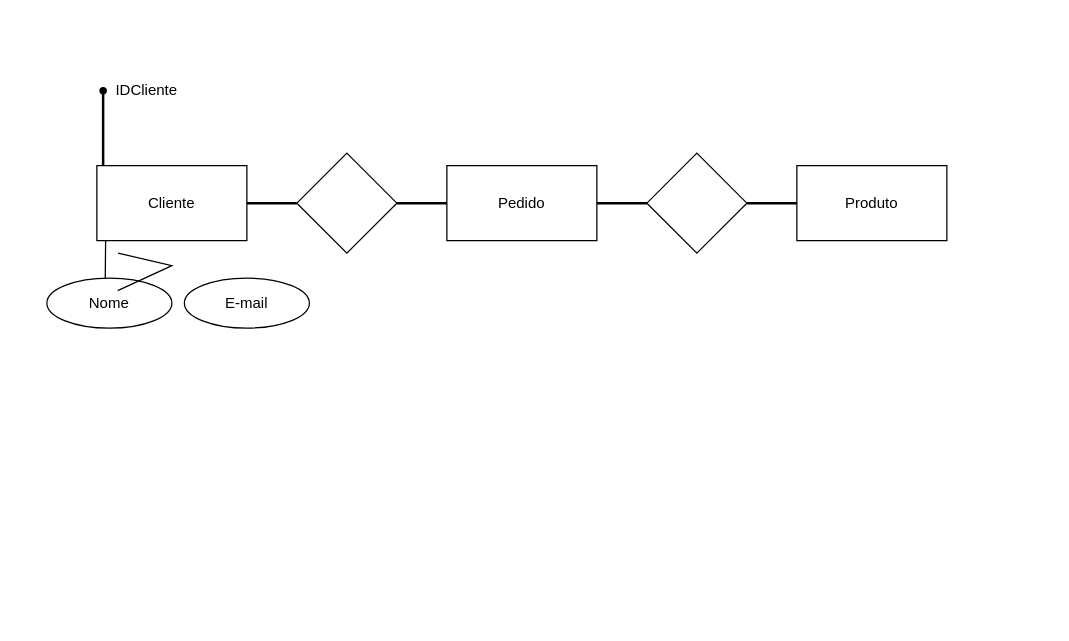
Above: projetoloja.drawio in M4rquesGustavo/3ds (draw.io), before the change. Source tidied: cells renumbered, new cells numbered last; positions are measured from the earlier drawing's top-left corner, leaving out a move shared by most shapes. Both pictures are drawn from the tidied source at 125%, with x=0, y=0 at pixel (46, 71).
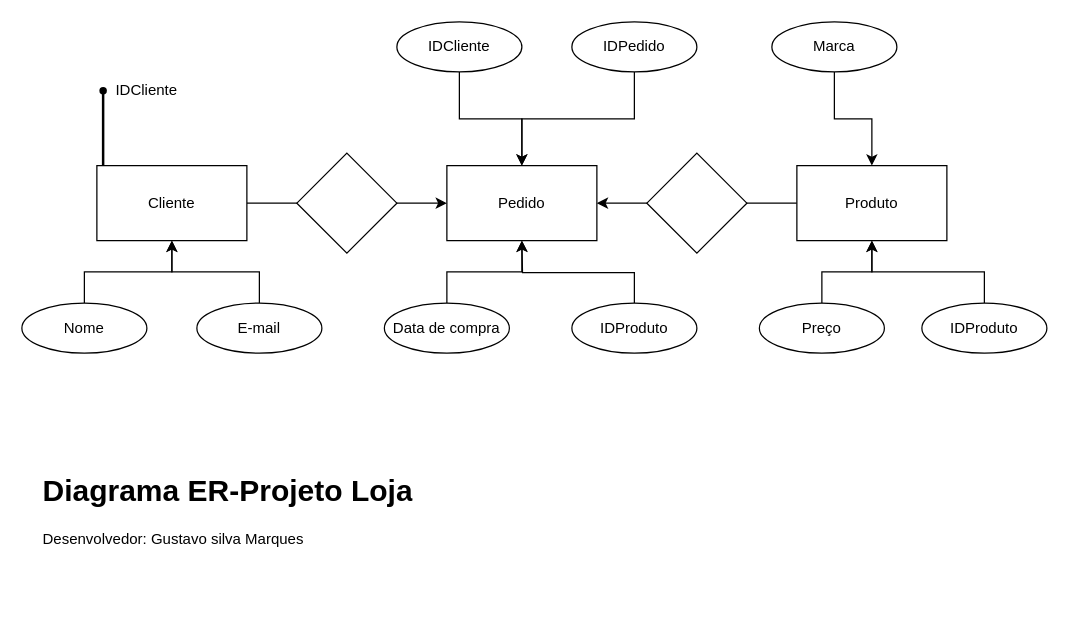
The same page after the edit.

The change refers to these unchanged cells:
```xml
<mxCell id="2" style="rounded=0;whiteSpace=wrap;html=1;" parent="1" vertex="1">
  <mxGeometry x="320" y="75" width="120" height="60" as="geometry" />
</mxCell>
<mxCell id="3" style="rounded=0;whiteSpace=wrap;html=1;" parent="1" vertex="1">
  <mxGeometry x="40" y="75" width="120" height="60" as="geometry" />
</mxCell>
<mxCell id="4" style="rounded=0;whiteSpace=wrap;html=1;" parent="1" vertex="1">
  <mxGeometry x="600" y="75" width="120" height="60" as="geometry" />
</mxCell>
```

What changed in the source:
```diff
@@
+    <mxCell id="21" style="edgeStyle=orthogonalEdgeStyle;rounded=0;jettySize=auto;html=1;exitX=1;exitY=0.5;exitDx=0;exitDy=0;entryX=0;entryY=0.5;entryDx=0;entryDy=0;" parent="1" edge="1" source="3" target="2">
+      <mxGeometry relative="1" as="geometry" />
+    </mxCell>
@@
+    <mxCell id="22" style="edgeStyle=orthogonalEdgeStyle;rounded=0;jettySize=auto;html=1;exitX=0;exitY=0.5;exitDx=0;exitDy=0;entryX=1;entryY=0.5;entryDx=0;entryDy=0;" parent="1" edge="1" source="4" target="2">
+      <mxGeometry relative="1" as="geometry" />
+    </mxCell>
@@
-    <mxCell id="5" style="rhombus;whiteSpace=wrap;html=1;" parent="1" vertex="1">
+    <mxCell id="5" style="rhombus;whiteSpace=wrap;html=1;fillStyle=auto;strokeWidth=1;" parent="1" vertex="1">
       <mxGeometry x="200" y="65" width="80" height="80" as="geometry" />
     </mxCell>
@@
-    <mxCell id="13" style="line;strokeWidth=2;html=1;" parent="1" vertex="1">
-      <mxGeometry x="160" y="100" width="40" height="10" as="geometry" />
-    </mxCell>
-    <mxCell id="14" style="line;strokeWidth=2;html=1;" parent="1" vertex="1">
-      <mxGeometry x="280" y="100" width="40" height="10" as="geometry" />
-    </mxCell>
-    <mxCell id="15" style="line;strokeWidth=2;html=1;" parent="1" vertex="1">
-      <mxGeometry x="560" y="100" width="40" height="10" as="geometry" />
-    </mxCell>
-    <mxCell id="16" style="line;strokeWidth=2;html=1;" parent="1" vertex="1">
-      <mxGeometry x="440" y="100" width="40" height="10" as="geometry" />
-    </mxCell>
+    <mxCell id="23" style="edgeStyle=orthogonalEdgeStyle;rounded=0;jettySize=auto;html=1;exitX=0.5;exitY=0;exitDx=0;exitDy=0;" parent="1" edge="1" source="17" target="3">
+      <mxGeometry relative="1" as="geometry" />
+    </mxCell>
     <mxCell id="17" value="Nome" style="ellipse;whiteSpace=wrap;html=1;align=center;" parent="1" vertex="1">
-      <mxGeometry y="165" width="100" height="40" as="geometry" />
+      <mxGeometry x="-20" y="185" width="100" height="40" as="geometry" />
     </mxCell>
+    <mxCell id="24" style="edgeStyle=orthogonalEdgeStyle;rounded=0;jettySize=auto;html=1;exitX=0.5;exitY=0;exitDx=0;exitDy=0;entryX=0.5;entryY=1;entryDx=0;entryDy=0;" parent="1" edge="1" source="18" target="3">
+      <mxGeometry relative="1" as="geometry" />
+    </mxCell>
     <mxCell id="18" value="E-mail" style="ellipse;whiteSpace=wrap;html=1;align=center;" parent="1" vertex="1">
-      <mxGeometry x="110" y="165" width="100" height="40" as="geometry" />
+      <mxGeometry x="120" y="185" width="100" height="40" as="geometry" />
     </mxCell>
-    <mxCell id="19" style="endArrow=none;html=1;rounded=0;" parent="1" edge="1">
-      <mxGeometry relative="1" as="geometry">
-        <mxPoint x="46.7" y="165" as="sourcePoint" />
-        <mxPoint x="47" y="135" as="targetPoint" />
-      </mxGeometry>
-    </mxCell>
-    <mxCell id="20" style="endArrow=none;html=1;rounded=0;" parent="1" edge="1">
-      <mxGeometry relative="1" as="geometry">
-        <mxPoint x="56.7" y="175" as="sourcePoint" />
-        <mxPoint x="57" y="145" as="targetPoint" />
-        <Array as="points">
-          <mxPoint x="100" y="155" />
-        </Array>
-      </mxGeometry>
-    </mxCell>
+    <mxCell id="25" style="edgeStyle=orthogonalEdgeStyle;rounded=0;jettySize=auto;html=1;exitX=0.5;exitY=0;exitDx=0;exitDy=0;entryX=0.5;entryY=1;entryDx=0;entryDy=0;" parent="1" edge="1" source="26" target="2">
+      <mxGeometry relative="1" as="geometry" />
+    </mxCell>
+    <mxCell id="26" value="Data de compra" style="ellipse;whiteSpace=wrap;html=1;align=center;" parent="1" vertex="1">
+      <mxGeometry x="270" y="185" width="100" height="40" as="geometry" />
+    </mxCell>
+    <mxCell id="27" style="edgeStyle=orthogonalEdgeStyle;rounded=0;jettySize=auto;html=1;exitX=0.5;exitY=1;exitDx=0;exitDy=0;" parent="1" edge="1" source="28" target="2">
+      <mxGeometry relative="1" as="geometry" />
+    </mxCell>
+    <mxCell id="28" value="IDCliente" style="ellipse;whiteSpace=wrap;html=1;align=center;" parent="1" vertex="1">
+      <mxGeometry x="280" y="-40" width="100" height="40" as="geometry" />
+    </mxCell>
+    <mxCell id="29" style="edgeStyle=orthogonalEdgeStyle;rounded=0;jettySize=auto;html=1;exitX=0.5;exitY=1;exitDx=0;exitDy=0;entryX=0.5;entryY=0;entryDx=0;entryDy=0;" parent="1" edge="1" source="30" target="2">
+      <mxGeometry relative="1" as="geometry" />
+    </mxCell>
+    <mxCell id="30" value="IDPedido" style="ellipse;whiteSpace=wrap;html=1;align=center;" parent="1" vertex="1">
+      <mxGeometry x="420" y="-40" width="100" height="40" as="geometry" />
+    </mxCell>
+    <mxCell id="31" style="edgeStyle=orthogonalEdgeStyle;rounded=0;jettySize=auto;html=1;exitX=0.5;exitY=0;exitDx=0;exitDy=0;" parent="1" edge="1" source="32">
+      <mxGeometry relative="1" as="geometry">
+        <mxPoint x="380" y="135" as="targetPoint" />
+      </mxGeometry>
+    </mxCell>
+    <mxCell id="32" value="IDProduto" style="ellipse;whiteSpace=wrap;html=1;align=center;" parent="1" vertex="1">
+      <mxGeometry x="420" y="185" width="100" height="40" as="geometry" />
+    </mxCell>
+    <mxCell id="33" style="edgeStyle=orthogonalEdgeStyle;rounded=0;jettySize=auto;html=1;exitX=0.5;exitY=0;exitDx=0;exitDy=0;entryX=0.5;entryY=1;entryDx=0;entryDy=0;" parent="1" edge="1" source="34" target="4">
+      <mxGeometry relative="1" as="geometry" />
+    </mxCell>
+    <mxCell id="34" value="Preço" style="ellipse;whiteSpace=wrap;html=1;align=center;" parent="1" vertex="1">
+      <mxGeometry x="570" y="185" width="100" height="40" as="geometry" />
+    </mxCell>
+    <mxCell id="35" style="edgeStyle=orthogonalEdgeStyle;rounded=0;jettySize=auto;html=1;exitX=0.5;exitY=1;exitDx=0;exitDy=0;entryX=0.5;entryY=0;entryDx=0;entryDy=0;" parent="1" edge="1" source="36" target="4">
+      <mxGeometry relative="1" as="geometry" />
+    </mxCell>
+    <mxCell id="36" value="Marca" style="ellipse;whiteSpace=wrap;html=1;align=center;" parent="1" vertex="1">
+      <mxGeometry x="580" y="-40" width="100" height="40" as="geometry" />
+    </mxCell>
+    <mxCell id="37" style="edgeStyle=orthogonalEdgeStyle;rounded=0;jettySize=auto;html=1;exitX=0.5;exitY=0;exitDx=0;exitDy=0;entryX=0.5;entryY=1;entryDx=0;entryDy=0;" parent="1" edge="1" source="38" target="4">
+      <mxGeometry relative="1" as="geometry" />
+    </mxCell>
+    <mxCell id="38" value="IDProduto" style="ellipse;whiteSpace=wrap;html=1;align=center;" parent="1" vertex="1">
+      <mxGeometry x="700" y="185" width="100" height="40" as="geometry" />
+    </mxCell>
+    <mxCell id="39" value="&lt;h1 style=&quot;margin-top: 0px;&quot;&gt;Diagrama ER-Projeto Loja&lt;/h1&gt;&lt;p&gt;Desenvolvedor: Gustavo silva Marques&lt;/p&gt;" style="text;html=1;whiteSpace=wrap;overflow=hidden;rounded=0;" parent="1" vertex="1">
+      <mxGeometry x="-5" y="315" width="445" height="120" as="geometry" />
+    </mxCell>
```
